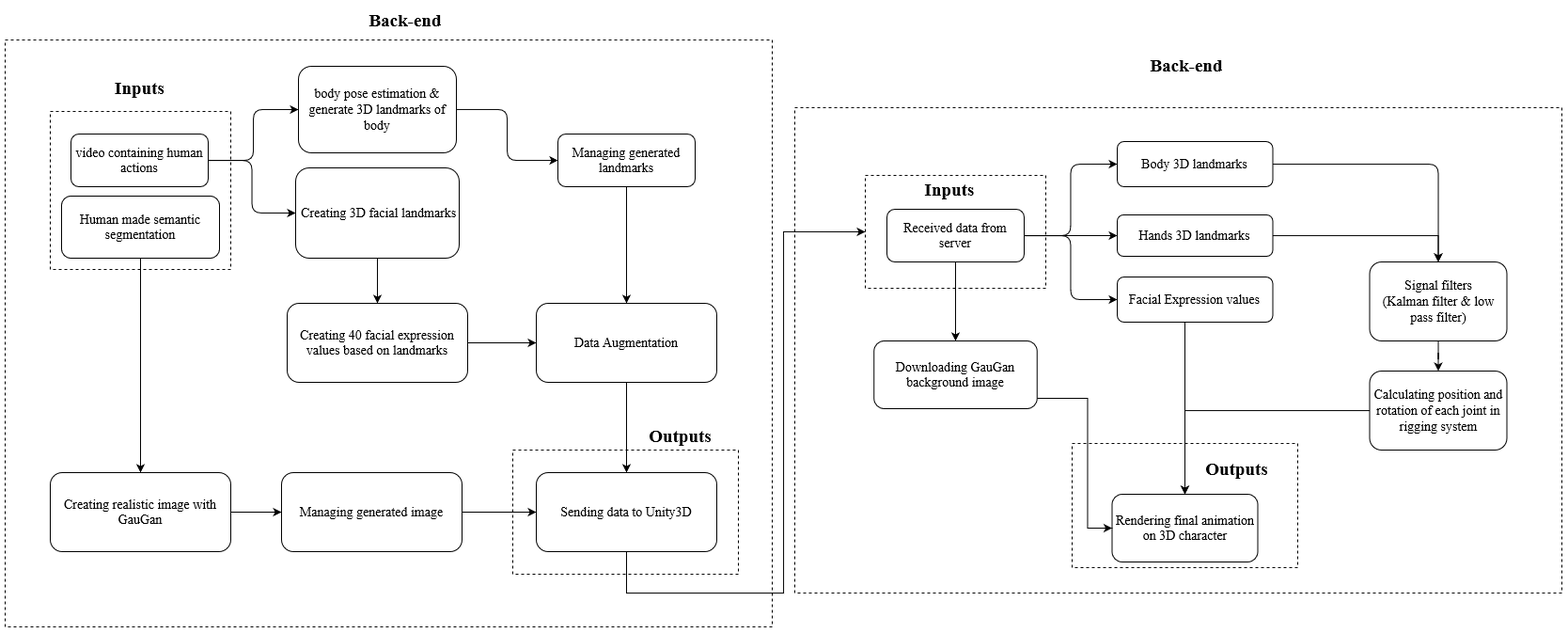
This is images/dataFlow.png from Danial-Kord/DigiHuman, a draw.io export, as it was before one commit. Source tidied: cells renumbered, new cells last; positions are measured from the earlier drawing's top-left corner, leaving out a move shared by most shapes.
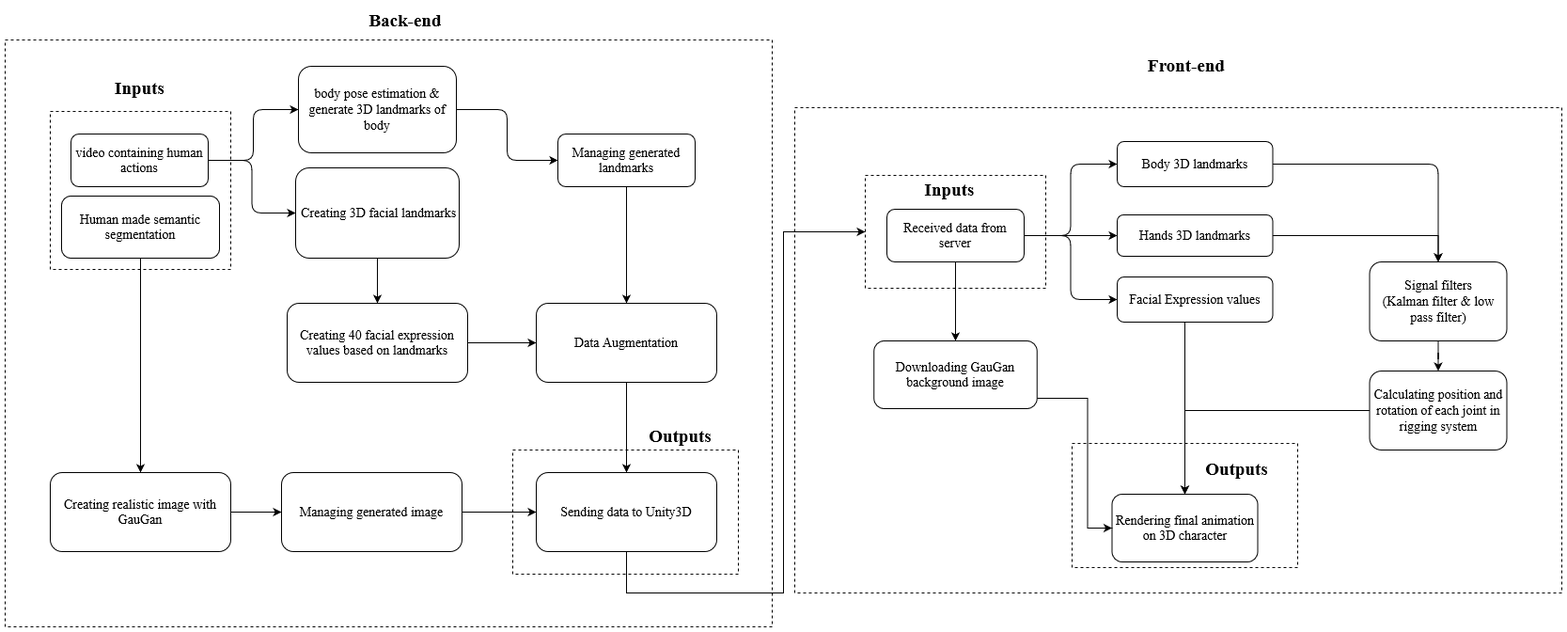
The same diagram one commit later.

Change to the diagram source:
```diff
@@ -86,7 +86,7 @@
     <mxCell id="27" value="&lt;div&gt;Managing generated image&lt;br&gt;&lt;/div&gt;" style="rounded=1;whiteSpace=wrap;html=1;fontSize=14;align=center;fontFamily=Times New Roman;" parent="1" vertex="1">
       <mxGeometry x="294" y="496" width="192" height="84" as="geometry" />
     </mxCell>
-    <mxCell id="28" value="Back-end" style="text;html=1;strokeColor=none;fillColor=none;align=center;verticalAlign=middle;whiteSpace=wrap;rounded=0;sketch=0;fontSize=19;fontColor=default;strokeWidth=3;fontStyle=1;fontFamily=Times New Roman;" parent="1" vertex="1">
+    <mxCell id="28" value="Front-end" style="text;html=1;strokeColor=none;fillColor=none;align=center;verticalAlign=middle;whiteSpace=wrap;rounded=0;sketch=0;fontSize=19;fontColor=default;strokeWidth=3;fontStyle=1;fontFamily=Times New Roman;" parent="1" vertex="1">
       <mxGeometry x="1178.5" y="48" width="156" height="30" as="geometry" />
     </mxCell>
     <mxCell id="29" value="Outputs" style="text;html=1;strokeColor=none;fillColor=none;align=center;verticalAlign=middle;whiteSpace=wrap;rounded=0;sketch=0;fontSize=19;fontColor=default;strokeWidth=3;fontStyle=1;fontFamily=Times New Roman;" parent="1" vertex="1">
```
